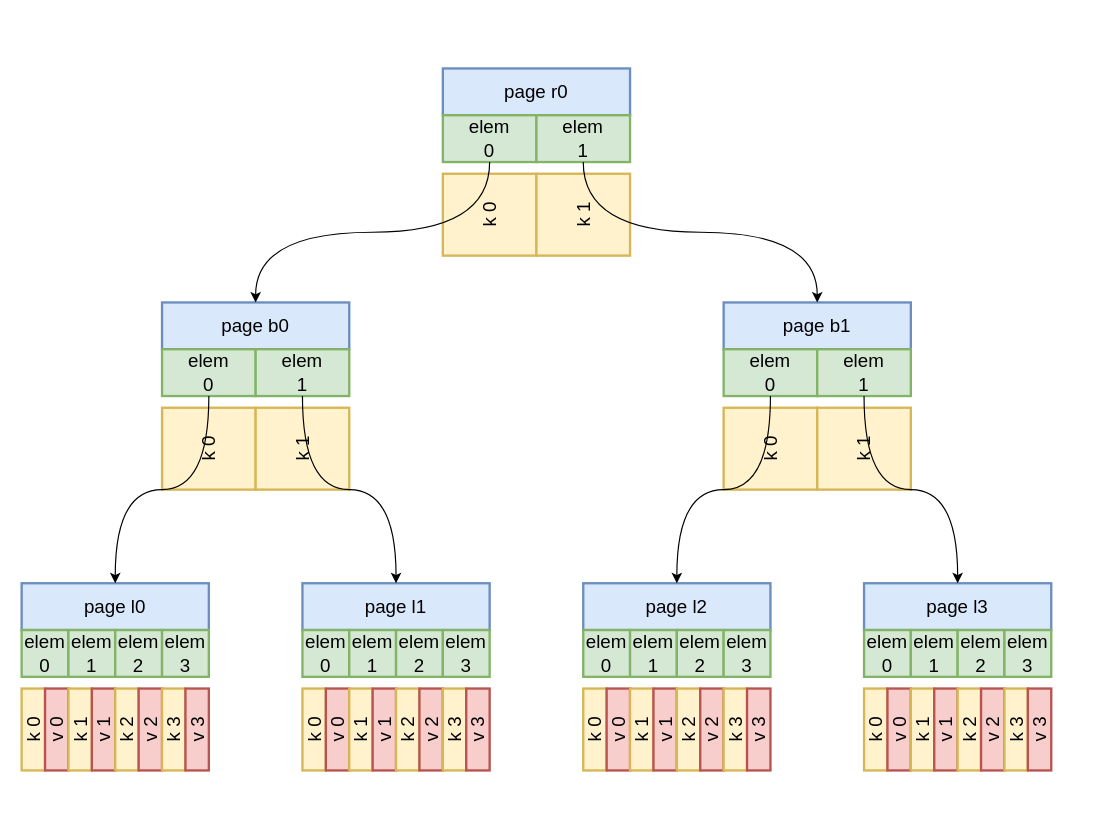
The draw.io diagram page "B+Tree" (2 of 2) of posts/code-reading/boltdb-made-simple/2-b+tree/assets/b+tree.drawio in MrCroxx/mrcroxx.github.io, before the edit. Source tidied: cells renumbered, new cells numbered last; positions are measured from the earlier drawing's top-left corner, leaving out a move shared by most shapes. Both pictures are drawn from the tidied source at 117%, with x=0, y=0 at pixel (21, 68).
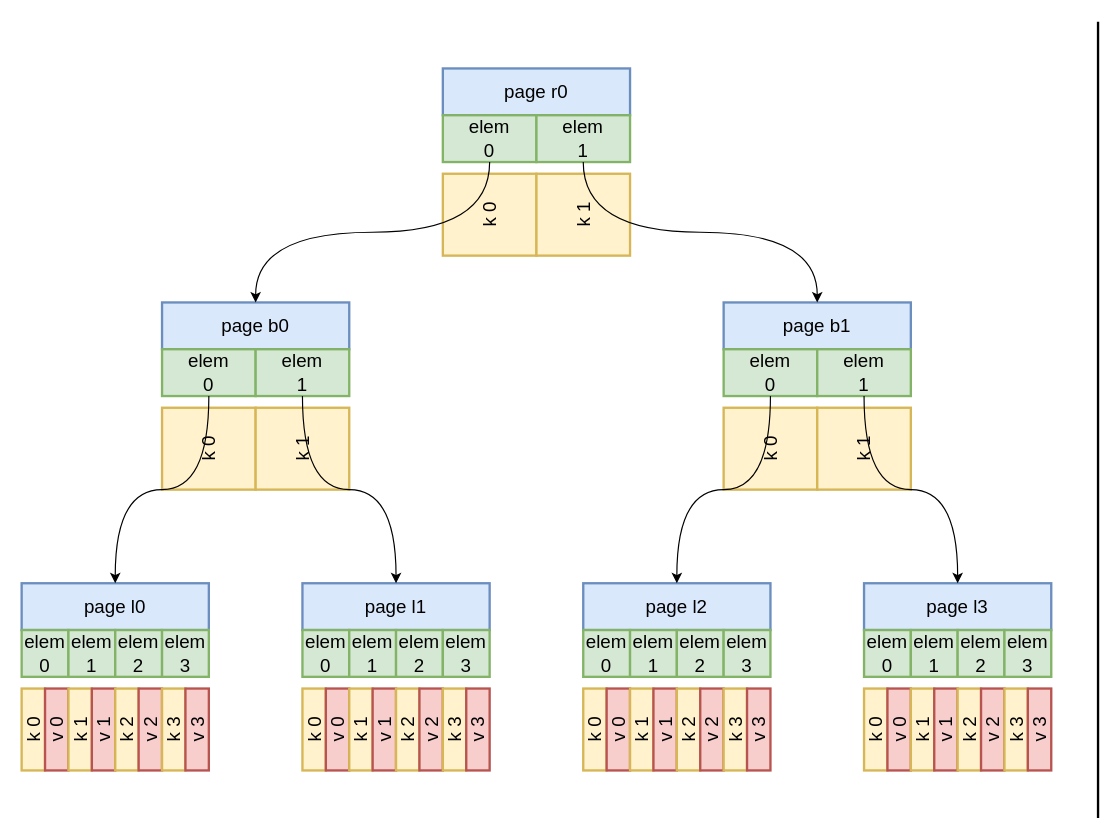
The same page after the edit.

The edit, as a diff of the source:
```diff
@@
+    <mxCell id="75" style="endArrow=none;html=1;strokeWidth=2;" parent="1" edge="1">
+      <mxGeometry relative="1" as="geometry">
+        <mxPoint x="920" y="640.7" as="sourcePoint" />
+        <mxPoint x="920" y="-40" as="targetPoint" />
+      </mxGeometry>
+    </mxCell>
```
